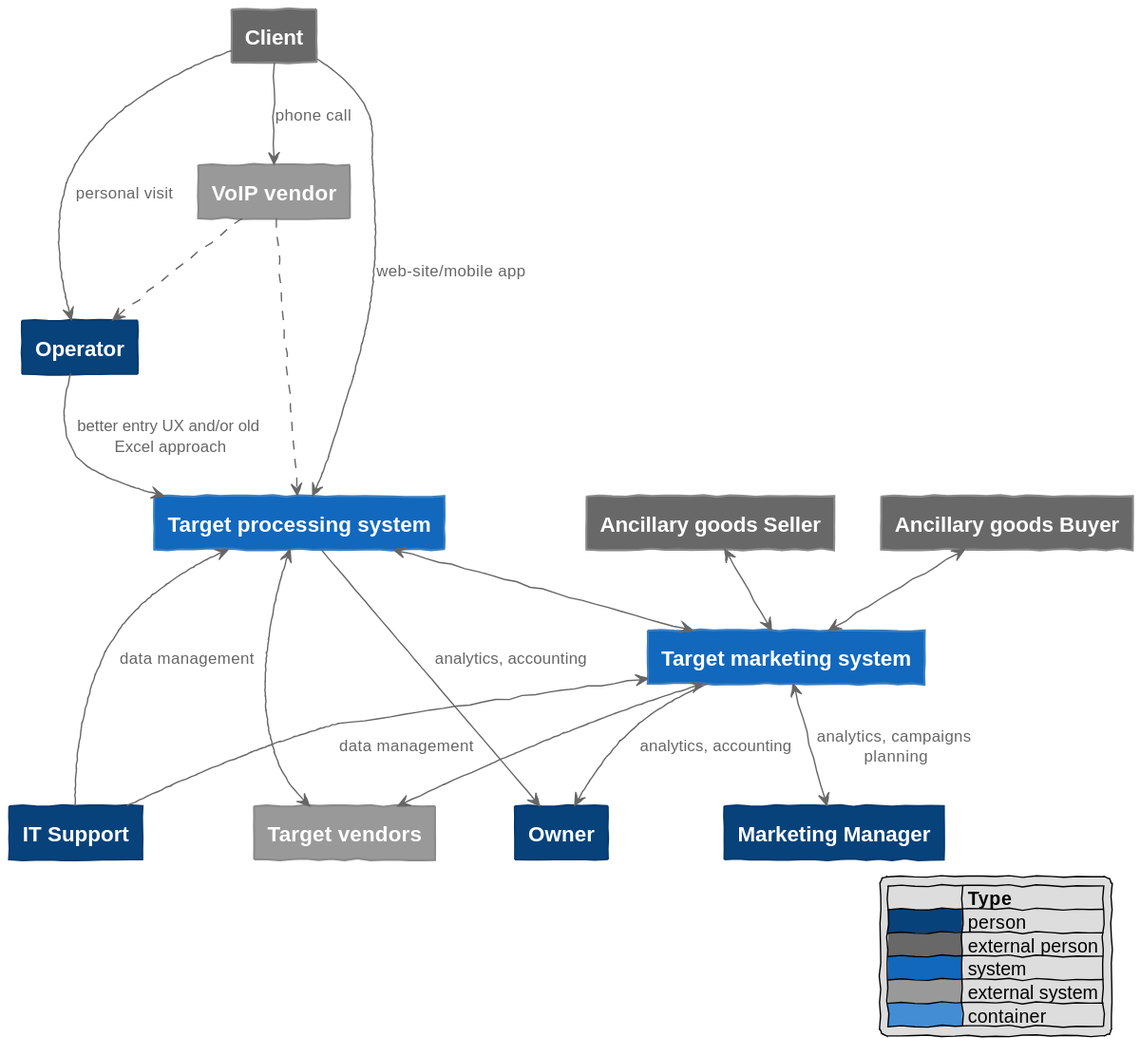
Before: docs/diagrams/out/target_system/context.svg, a diagram exported from PlantUML (yevgen-ponomarenko/dm-arch-case).
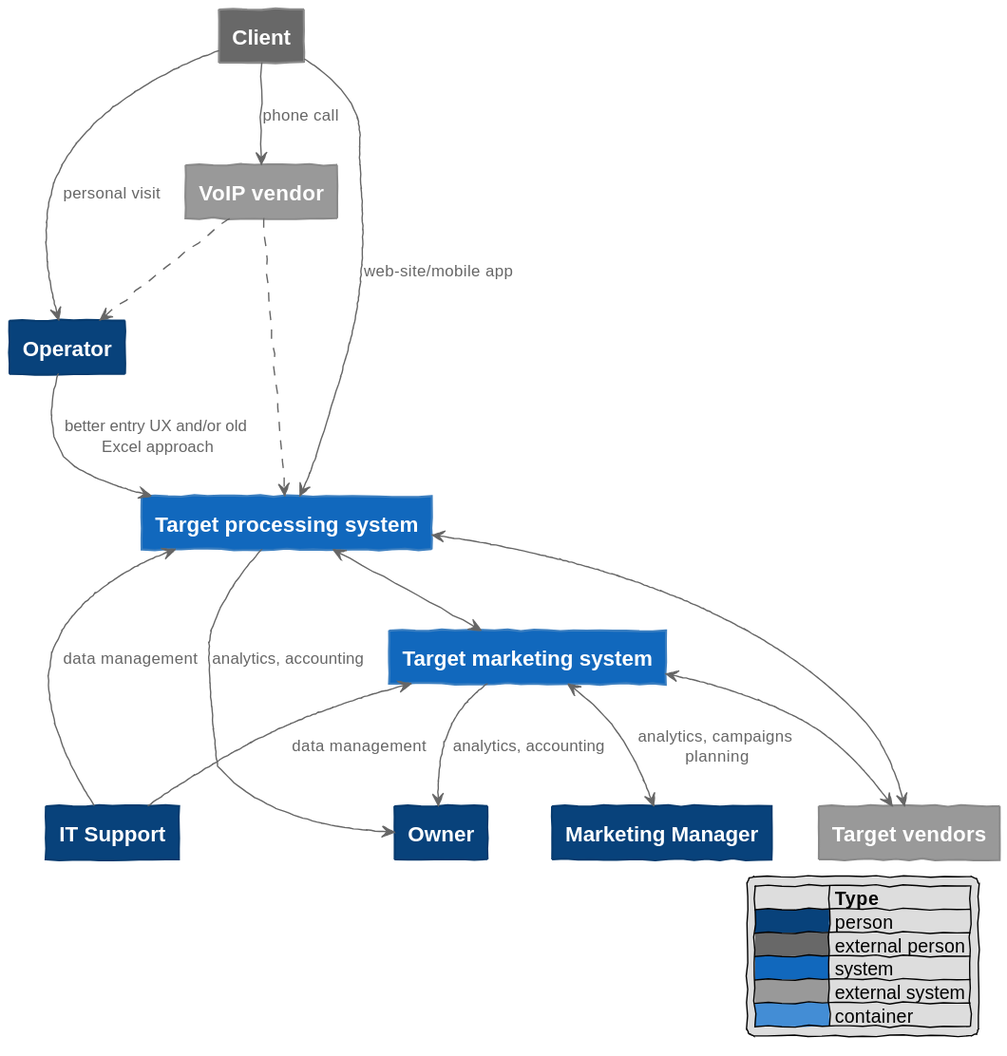
Later version of the same file.

What changed in the source:
```diff
@@ -14,9 +14,6 @@
 System(target_marketing_syst, "Target marketing system")
 System_Ext(target_vendors, "Target vendors")
 
-Person_Ext(buyer, "Ancillary goods Buyer")
-Person_Ext(seller, "Ancillary goods Seller")
-
 client --> voip: phone call
 voip ..> operator
 client --> operator: personal visit
@@ -32,7 +29,4 @@
 target_marketing_syst <--> marketing_manager: analytics, campaigns planning
 target_marketing_syst --> owner: analytics, accounting
 
-buyer <--> target_marketing_syst
-seller <--> target_marketing_syst
-
 @enduml
```
